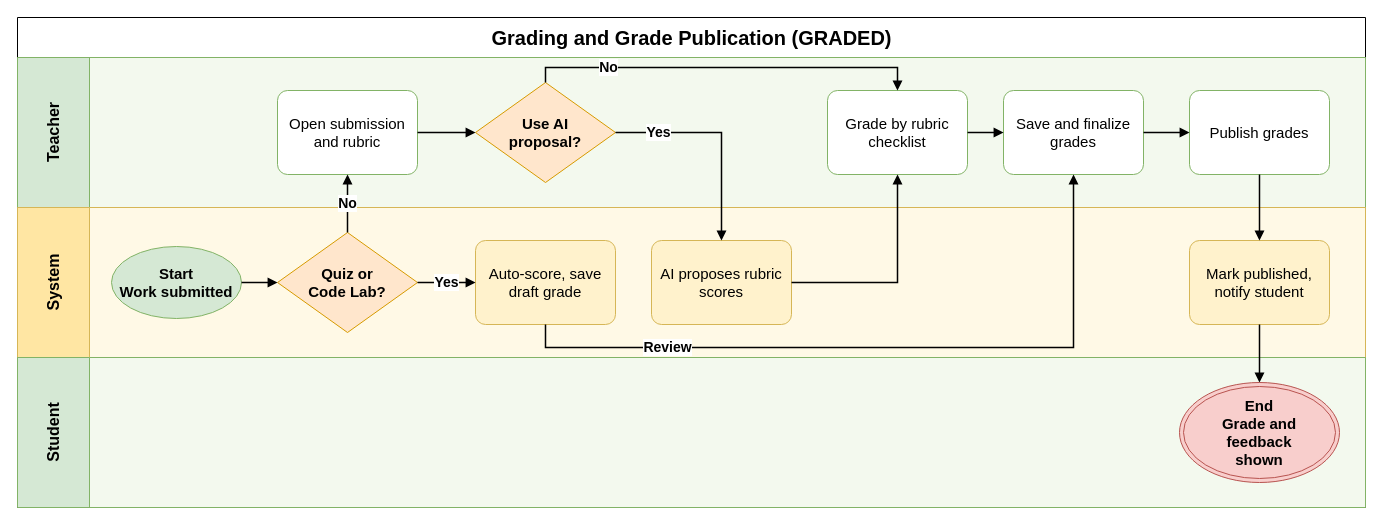
Above: aidlc-docs/inception/main-business-flows/BF-06-Grading-and-Grade-Publication.drawio in hygef-v4/AI-Powered-Learning-Platform (draw.io), before the change. Source tidied: cells renumbered, new cells numbered last; positions are measured from the earlier drawing's top-left corner, leaving out a move shared by most shapes. Both pictures are drawn from the tidied source at 100%, with x=0, y=0 at pixel (17, 17).
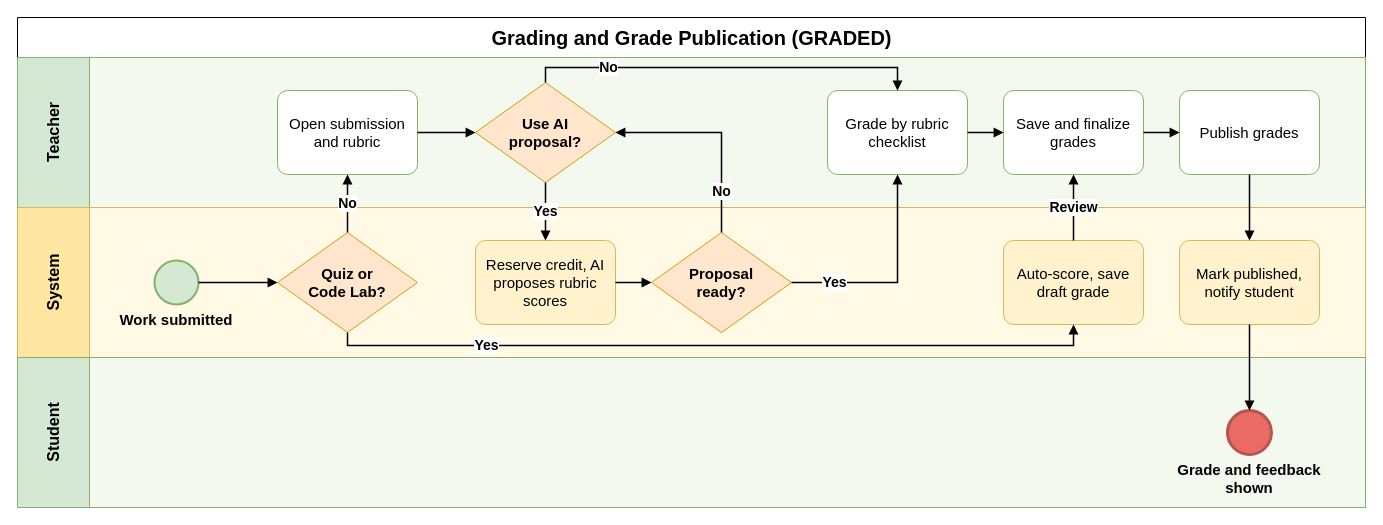
After the change.

The change refers to these unchanged cells:
```xml
<mxCell id="3" value="Teacher" style="swimlane;startSize=72;horizontal=0;html=1;whiteSpace=wrap;fillColor=#D5E8D4;swimlaneFillColor=#F3F9EE;strokeColor=#82B366;fontSize=16;fontStyle=1;align=center;verticalAlign=middle;spacing=4;" parent="2" vertex="1">
  <mxGeometry y="40" width="1348" height="150" as="geometry" />
</mxCell>
<mxCell id="4" value="System" style="swimlane;startSize=72;horizontal=0;html=1;whiteSpace=wrap;fillColor=#FFE6A3;swimlaneFillColor=#FFF9E6;strokeColor=#D6B656;fontSize=16;fontStyle=1;align=center;verticalAlign=middle;spacing=4;" parent="2" vertex="1">
  <mxGeometry y="190" width="1348" height="150" as="geometry" />
</mxCell>
<mxCell id="5" value="Student" style="swimlane;startSize=72;horizontal=0;html=1;whiteSpace=wrap;fillColor=#D5E8D4;swimlaneFillColor=#F3F9EE;strokeColor=#82B366;fontSize=16;fontStyle=1;align=center;verticalAlign=middle;spacing=4;" parent="2" vertex="1">
  <mxGeometry y="340" width="1348" height="150" as="geometry" />
</mxCell>
<mxCell id="7" value="Quiz or Code Lab?" style="rhombus;whiteSpace=wrap;html=1;fillColor=#FFE6CC;strokeColor=#D79B00;fontStyle=1;fontSize=15;spacing=2;spacingLeft=24;spacingRight=24;" parent="4" vertex="1">
  <mxGeometry x="260" y="25" width="140" height="100" as="geometry" />
</mxCell>
<mxCell id="10" value="Use AI proposal?" style="rhombus;whiteSpace=wrap;html=1;fillColor=#FFE6CC;strokeColor=#D79B00;fontStyle=1;fontSize=15;spacing=2;spacingLeft=24;spacingRight=24;" parent="3" vertex="1">
  <mxGeometry x="458" y="25" width="140" height="100" as="geometry" />
</mxCell>
<mxCell id="12" value="Grade by rubric checklist" style="rounded=1;whiteSpace=wrap;html=1;fillColor=#FFFFFF;strokeColor=#82B366;fontSize=15;spacing=5;arcSize=12;" parent="3" vertex="1">
  <mxGeometry x="810" y="33" width="140" height="84" as="geometry" />
</mxCell>
<mxCell id="13" value="Save and finalize grades" style="rounded=1;whiteSpace=wrap;html=1;fillColor=#FFFFFF;strokeColor=#82B366;fontSize=15;spacing=5;arcSize=12;" parent="3" vertex="1">
  <mxGeometry x="986" y="33" width="140" height="84" as="geometry" />
</mxCell>
```

Diff of the diagram source:
```diff
@@
-    <mxCell id="6" value="Start&lt;br&gt;Work submitted" style="ellipse;whiteSpace=wrap;html=1;fillColor=#D5E8D4;strokeColor=#82B366;fontStyle=1;fontSize=15;" parent="4" vertex="1">
-      <mxGeometry x="94" y="39" width="130" height="72" as="geometry" />
+    <mxCell id="6" value="Work submitted" style="ellipse;html=1;fillColor=#D5E8D4;strokeColor=#82B366;strokeWidth=2;fontStyle=1;fontSize=15;whiteSpace=wrap;verticalLabelPosition=bottom;verticalAlign=top;labelPosition=center;align=center;labelWidth=150;" parent="4" vertex="1">
+      <mxGeometry x="137" y="53" width="44" height="44" as="geometry" />
     </mxCell>
@@
-    <mxCell id="9" value="Auto-score, save draft grade" style="rounded=1;whiteSpace=wrap;html=1;fillColor=#FFF2CC;strokeColor=#D6B656;fontSize=15;spacing=5;arcSize=12;" parent="4" vertex="1">
-      <mxGeometry x="458" y="33" width="140" height="84" as="geometry" />
-    </mxCell>
@@
-    <mxCell id="11" value="AI proposes rubric scores" style="rounded=1;whiteSpace=wrap;html=1;fillColor=#FFF2CC;strokeColor=#D6B656;fontSize=15;spacing=5;arcSize=12;" parent="4" vertex="1">
-      <mxGeometry x="634" y="33" width="140" height="84" as="geometry" />
+    <mxCell id="11" value="Reserve credit, AI proposes rubric scores" style="rounded=1;whiteSpace=wrap;html=1;fillColor=#FFF2CC;strokeColor=#D6B656;fontSize=15;spacing=5;arcSize=12;" parent="4" vertex="1">
+      <mxGeometry x="458" y="33" width="140" height="84" as="geometry" />
     </mxCell>
+    <mxCell id="29" value="Proposal ready?" style="rhombus;whiteSpace=wrap;html=1;fillColor=#FFE6CC;strokeColor=#D79B00;fontStyle=1;fontSize=15;spacing=2;spacingLeft=24;spacingRight=24;" parent="4" vertex="1">
+      <mxGeometry x="634" y="25" width="140" height="100" as="geometry" />
+    </mxCell>
@@
+    <mxCell id="9" value="Auto-score, save draft grade" style="rounded=1;whiteSpace=wrap;html=1;fillColor=#FFF2CC;strokeColor=#D6B656;fontSize=15;spacing=5;arcSize=12;" parent="4" vertex="1">
+      <mxGeometry x="986" y="33" width="140" height="84" as="geometry" />
+    </mxCell>
     <mxCell id="14" value="Publish grades" style="rounded=1;whiteSpace=wrap;html=1;fillColor=#FFFFFF;strokeColor=#82B366;fontSize=15;spacing=5;arcSize=12;" parent="3" vertex="1">
-      <mxGeometry x="1172" y="33" width="140" height="84" as="geometry" />
+      <mxGeometry x="1162" y="33" width="140" height="84" as="geometry" />
     </mxCell>
     <mxCell id="15" value="Mark published, notify student" style="rounded=1;whiteSpace=wrap;html=1;fillColor=#FFF2CC;strokeColor=#D6B656;fontSize=15;spacing=5;arcSize=12;" parent="4" vertex="1">
-      <mxGeometry x="1172" y="33" width="140" height="84" as="geometry" />
+      <mxGeometry x="1162" y="33" width="140" height="84" as="geometry" />
     </mxCell>
-    <mxCell id="16" value="End&lt;br&gt;Grade and feedback shown" style="ellipse;shape=doubleEllipse;whiteSpace=wrap;html=1;fillColor=#F8CECC;strokeColor=#B85450;fontStyle=1;fontSize=15;spacingLeft=26;spacingRight=26;" parent="5" vertex="1">
-      <mxGeometry x="1162" y="25" width="160" height="100" as="geometry" />
+    <mxCell id="16" value="Grade and feedback shown" style="ellipse;html=1;fillColor=#EA6B66;strokeColor=#B85450;strokeWidth=3;fontStyle=1;fontSize=15;whiteSpace=wrap;verticalLabelPosition=bottom;verticalAlign=top;labelPosition=center;align=center;labelWidth=150;" parent="5" vertex="1">
+      <mxGeometry x="1210" y="53" width="44" height="44" as="geometry" />
     </mxCell>
@@
-    <mxCell id="18" value="Yes" style="edgeStyle=orthogonalEdgeStyle;rounded=0;jettySize=18;html=1;endArrow=block;endFill=1;strokeWidth=1.5;labelBackgroundColor=#FFFFFF;fontSize=14;fontStyle=1;exitX=1;exitY=0.5;exitDx=0;exitDy=0;entryX=0;entryY=0.5;entryDx=0;entryDy=0;" parent="1" edge="1" source="7" target="9">
-      <mxGeometry relative="1" as="geometry" />
+    <mxCell id="18" value="Yes" style="edgeStyle=orthogonalEdgeStyle;rounded=0;jettySize=18;html=1;endArrow=block;endFill=1;strokeWidth=1.5;labelBackgroundColor=#FFFFFF;fontSize=14;fontStyle=1;exitX=0.5;exitY=1;exitDx=0;exitDy=0;entryX=0.5;entryY=1;entryDx=0;entryDy=0;" parent="1" edge="1" source="7" target="9">
+      <mxGeometry x="-0.6" relative="1" as="geometry">
+        <Array as="points">
+          <mxPoint x="330" y="328" />
+          <mxPoint x="1056" y="328" />
+        </Array>
+      </mxGeometry>
     </mxCell>
@@
-    <mxCell id="21" value="Yes" style="edgeStyle=orthogonalEdgeStyle;rounded=0;jettySize=18;html=1;endArrow=block;endFill=1;strokeWidth=1.5;labelBackgroundColor=#FFFFFF;fontSize=14;fontStyle=1;exitX=1;exitY=0.5;exitDx=0;exitDy=0;entryX=0.5;entryY=0;entryDx=0;entryDy=0;" parent="1" edge="1" source="10" target="11">
-      <mxGeometry x="-0.6" relative="1" as="geometry">
-        <Array as="points">
-          <mxPoint x="704" y="115" />
-        </Array>
-      </mxGeometry>
+    <mxCell id="21" value="Yes" style="edgeStyle=orthogonalEdgeStyle;rounded=0;jettySize=18;html=1;endArrow=block;endFill=1;strokeWidth=1.5;labelBackgroundColor=#FFFFFF;fontSize=14;fontStyle=1;exitX=0.5;exitY=1;exitDx=0;exitDy=0;entryX=0.5;entryY=0;entryDx=0;entryDy=0;" parent="1" edge="1" source="10" target="11">
+      <mxGeometry relative="1" as="geometry" />
     </mxCell>
@@
-    <mxCell id="23" style="edgeStyle=orthogonalEdgeStyle;rounded=0;jettySize=18;html=1;endArrow=block;endFill=1;strokeWidth=1.5;labelBackgroundColor=#FFFFFF;fontSize=14;fontStyle=1;exitX=1;exitY=0.5;exitDx=0;exitDy=0;entryX=0.5;entryY=1;entryDx=0;entryDy=0;" parent="1" edge="1" source="11" target="12">
-      <mxGeometry relative="1" as="geometry">
-        <Array as="points">
-          <mxPoint x="880" y="265" />
-        </Array>
-      </mxGeometry>
+    <mxCell id="23" style="edgeStyle=orthogonalEdgeStyle;rounded=0;jettySize=18;html=1;endArrow=block;endFill=1;strokeWidth=1.5;labelBackgroundColor=#FFFFFF;fontSize=14;fontStyle=1;exitX=1;exitY=0.5;exitDx=0;exitDy=0;entryX=0;entryY=0.5;entryDx=0;entryDy=0;" parent="1" edge="1" source="11" target="29">
+      <mxGeometry relative="1" as="geometry" />
     </mxCell>
-    <mxCell id="24" style="edgeStyle=orthogonalEdgeStyle;rounded=0;jettySize=18;html=1;endArrow=block;endFill=1;strokeWidth=1.5;labelBackgroundColor=#FFFFFF;fontSize=14;fontStyle=1;exitX=1;exitY=0.5;exitDx=0;exitDy=0;entryX=0;entryY=0.5;entryDx=0;entryDy=0;" parent="1" edge="1" source="12" target="13">
-      <mxGeometry relative="1" as="geometry" />
+    <mxCell id="24" value="Yes" style="edgeStyle=orthogonalEdgeStyle;rounded=0;jettySize=18;html=1;endArrow=block;endFill=1;strokeWidth=1.5;labelBackgroundColor=#FFFFFF;fontSize=14;fontStyle=1;exitX=1;exitY=0.5;exitDx=0;exitDy=0;entryX=0.5;entryY=1;entryDx=0;entryDy=0;" parent="1" edge="1" source="29" target="12">
+      <mxGeometry x="-0.6" relative="1" as="geometry">
+        <Array as="points">
+          <mxPoint x="880" y="265" />
+        </Array>
+      </mxGeometry>
     </mxCell>
-    <mxCell id="25" value="Review" style="edgeStyle=orthogonalEdgeStyle;rounded=0;jettySize=18;html=1;endArrow=block;endFill=1;strokeWidth=1.5;labelBackgroundColor=#FFFFFF;fontSize=14;fontStyle=1;exitX=0.5;exitY=1;exitDx=0;exitDy=0;entryX=0.5;entryY=1;entryDx=0;entryDy=0;" parent="1" edge="1" source="9" target="13">
+    <mxCell id="25" value="No" style="edgeStyle=orthogonalEdgeStyle;rounded=0;jettySize=18;html=1;endArrow=block;endFill=1;strokeWidth=1.5;labelBackgroundColor=#FFFFFF;fontSize=14;fontStyle=1;exitX=0.5;exitY=0;exitDx=0;exitDy=0;entryX=1;entryY=0.5;entryDx=0;entryDy=0;" parent="1" edge="1" source="29" target="10">
       <mxGeometry x="-0.6" relative="1" as="geometry">
         <Array as="points">
-          <mxPoint x="528" y="330" />
-          <mxPoint x="1056" y="330" />
+          <mxPoint x="704" y="115" />
         </Array>
       </mxGeometry>
     </mxCell>
-    <mxCell id="26" style="edgeStyle=orthogonalEdgeStyle;rounded=0;jettySize=18;html=1;endArrow=block;endFill=1;strokeWidth=1.5;labelBackgroundColor=#FFFFFF;fontSize=14;fontStyle=1;exitX=1;exitY=0.5;exitDx=0;exitDy=0;entryX=0;entryY=0.5;entryDx=0;entryDy=0;" parent="1" edge="1" source="13" target="14">
+    <mxCell id="26" style="edgeStyle=orthogonalEdgeStyle;rounded=0;jettySize=18;html=1;endArrow=block;endFill=1;strokeWidth=1.5;labelBackgroundColor=#FFFFFF;fontSize=14;fontStyle=1;exitX=1;exitY=0.5;exitDx=0;exitDy=0;entryX=0;entryY=0.5;entryDx=0;entryDy=0;" parent="1" edge="1" source="12" target="13">
       <mxGeometry relative="1" as="geometry" />
     </mxCell>
-    <mxCell id="27" style="edgeStyle=orthogonalEdgeStyle;rounded=0;jettySize=18;html=1;endArrow=block;endFill=1;strokeWidth=1.5;labelBackgroundColor=#FFFFFF;fontSize=14;fontStyle=1;exitX=0.5;exitY=1;exitDx=0;exitDy=0;entryX=0.5;entryY=0;entryDx=0;entryDy=0;" parent="1" edge="1" source="14" target="15">
+    <mxCell id="27" value="Review" style="edgeStyle=orthogonalEdgeStyle;rounded=0;jettySize=18;html=1;endArrow=block;endFill=1;strokeWidth=1.5;labelBackgroundColor=#FFFFFF;fontSize=14;fontStyle=1;exitX=0.5;exitY=0;exitDx=0;exitDy=0;entryX=0.5;entryY=1;entryDx=0;entryDy=0;" parent="1" edge="1" source="9" target="13">
       <mxGeometry relative="1" as="geometry" />
     </mxCell>
-    <mxCell id="28" style="edgeStyle=orthogonalEdgeStyle;rounded=0;jettySize=18;html=1;endArrow=block;endFill=1;strokeWidth=1.5;labelBackgroundColor=#FFFFFF;fontSize=14;fontStyle=1;exitX=0.5;exitY=1;exitDx=0;exitDy=0;entryX=0.5;entryY=0;entryDx=0;entryDy=0;" parent="1" edge="1" source="15" target="16">
+    <mxCell id="28" style="edgeStyle=orthogonalEdgeStyle;rounded=0;jettySize=18;html=1;endArrow=block;endFill=1;strokeWidth=1.5;labelBackgroundColor=#FFFFFF;fontSize=14;fontStyle=1;exitX=1;exitY=0.5;exitDx=0;exitDy=0;entryX=0;entryY=0.5;entryDx=0;entryDy=0;" parent="1" edge="1" source="13" target="14">
       <mxGeometry relative="1" as="geometry" />
     </mxCell>
+    <mxCell id="30" style="edgeStyle=orthogonalEdgeStyle;rounded=0;jettySize=18;html=1;endArrow=block;endFill=1;strokeWidth=1.5;labelBackgroundColor=#FFFFFF;fontSize=14;fontStyle=1;exitX=0.5;exitY=1;exitDx=0;exitDy=0;entryX=0.5;entryY=0;entryDx=0;entryDy=0;" parent="1" edge="1" source="14" target="15">
+      <mxGeometry relative="1" as="geometry" />
+    </mxCell>
+    <mxCell id="31" style="edgeStyle=orthogonalEdgeStyle;rounded=0;jettySize=18;html=1;endArrow=block;endFill=1;strokeWidth=1.5;labelBackgroundColor=#FFFFFF;fontSize=14;fontStyle=1;exitX=0.5;exitY=1;exitDx=0;exitDy=0;entryX=0.5;entryY=0;entryDx=0;entryDy=0;" parent="1" edge="1" source="15" target="16">
+      <mxGeometry relative="1" as="geometry" />
+    </mxCell>
```
